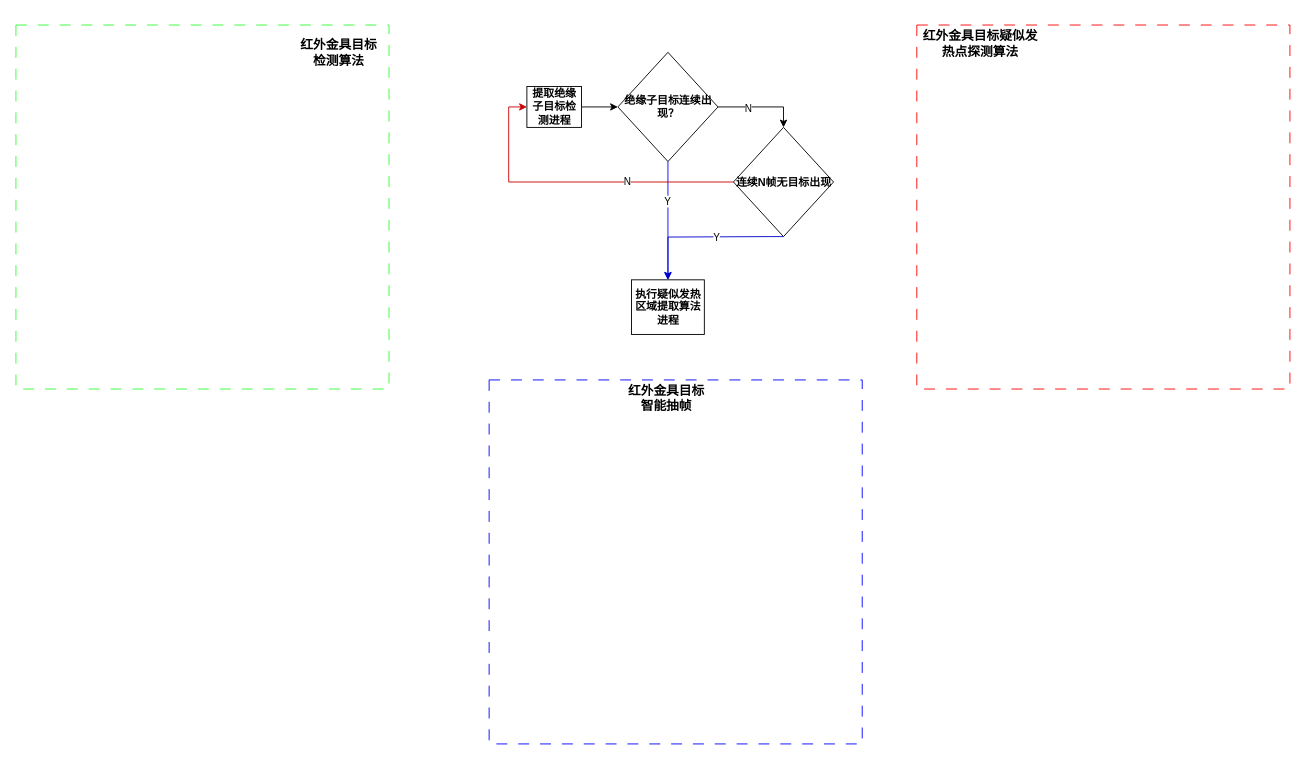
The draw.io diagram page "红外项目算法全流程图" (1 of 3) of 红外发热点提取算法流程图.drawio in paleblackless/diagrams, before the edit. Source tidied: cells renumbered, new cells numbered last; positions are measured from the earlier drawing's top-left corner, leaving out a move shared by most shapes. Both pictures are drawn from the tidied source at 91%, with x=0, y=0 at pixel (15, 15).
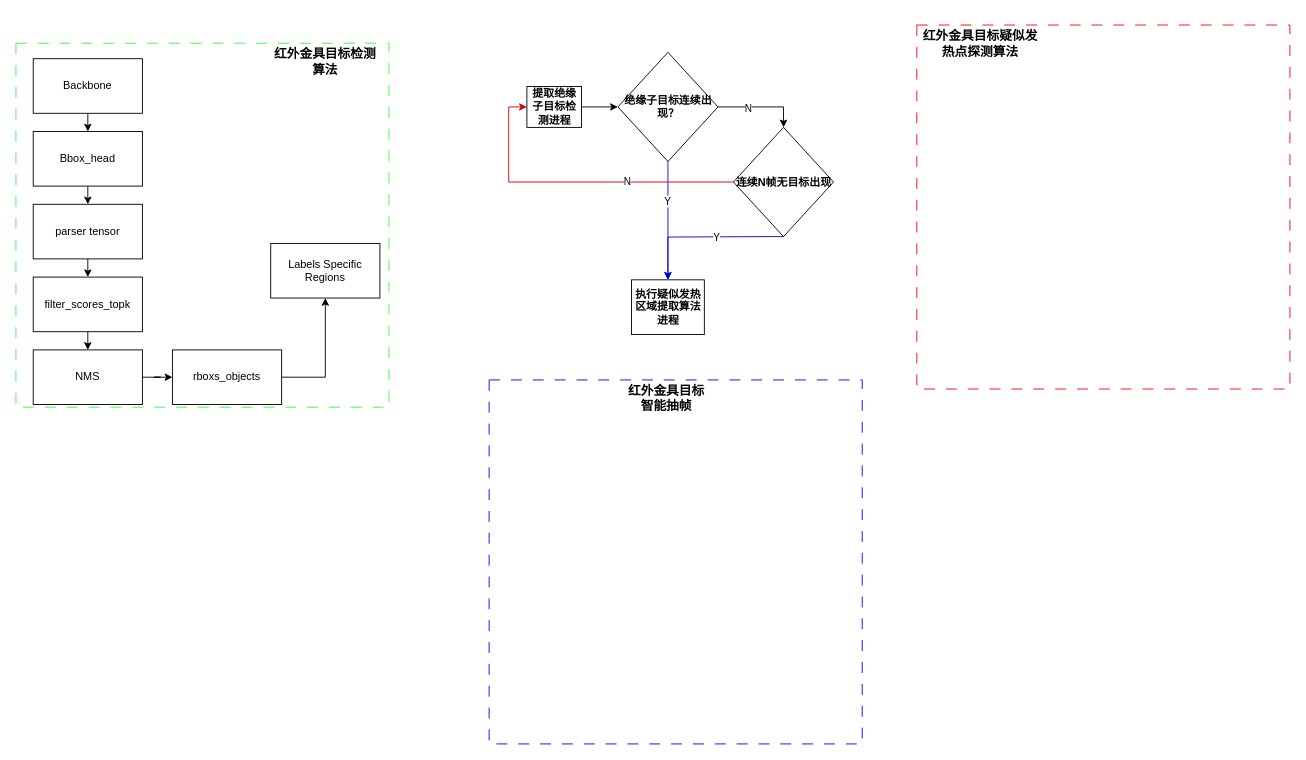
Above is the later version.

Commit message:
Update 红外发热点提取算法流程图.drawio

The change refers to these unchanged cells:
```xml
<mxCell id="17" style="group;" parent="1" vertex="1">
  <mxGeometry y="10" width="410" height="400" as="geometry" />
</mxCell>
```

The edit, as a diff of the source:
```diff
@@
     <mxCell id="18" style="rounded=0;whiteSpace=wrap;html=1;fillColor=none;dashed=1;strokeColor=#33FF33;dashPattern=12 12;" parent="17" vertex="1">
-      <mxGeometry width="410" height="400" as="geometry" />
+      <mxGeometry y="20" width="410" height="400" as="geometry" />
     </mxCell>
     <mxCell id="19" value="&lt;b&gt;&lt;font style=&quot;font-size: 14px;&quot;&gt;红外金具目标检测算法&lt;/font&gt;&lt;/b&gt;" style="text;html=1;strokeColor=none;fillColor=none;align=center;verticalAlign=middle;whiteSpace=wrap;rounded=0;dashed=1;dashPattern=12 12;" parent="17" vertex="1">
-      <mxGeometry x="310" width="90" height="60" as="geometry" />
+      <mxGeometry x="280" y="20" width="120" height="40" as="geometry" />
     </mxCell>
+    <mxCell id="26" style="edgeStyle=orthogonalEdgeStyle;rounded=0;jettySize=auto;html=1;exitX=0.5;exitY=1;exitDx=0;exitDy=0;entryX=0.5;entryY=0;entryDx=0;entryDy=0;" parent="17" edge="1" source="27" target="33">
+      <mxGeometry relative="1" as="geometry" />
+    </mxCell>
+    <mxCell id="27" value="Backbone" style="rounded=0;whiteSpace=wrap;html=1;" parent="17" vertex="1">
+      <mxGeometry x="19" y="37" width="120" height="60" as="geometry" />
+    </mxCell>
+    <mxCell id="28" style="edgeStyle=orthogonalEdgeStyle;rounded=0;jettySize=auto;html=1;exitX=0.5;exitY=1;exitDx=0;exitDy=0;entryX=0.5;entryY=0;entryDx=0;entryDy=0;" parent="17" edge="1" source="29" target="31">
+      <mxGeometry relative="1" as="geometry" />
+    </mxCell>
+    <mxCell id="29" value="filter_scores_topk" style="rounded=0;whiteSpace=wrap;html=1;" parent="17" vertex="1">
+      <mxGeometry x="19" y="277" width="120" height="60" as="geometry" />
+    </mxCell>
+    <mxCell id="30" style="edgeStyle=orthogonalEdgeStyle;rounded=0;jettySize=auto;html=1;exitX=1;exitY=0.5;exitDx=0;exitDy=0;" parent="17" edge="1" source="31" target="37">
+      <mxGeometry relative="1" as="geometry" />
+    </mxCell>
+    <mxCell id="31" value="NMS" style="rounded=0;whiteSpace=wrap;html=1;" parent="17" vertex="1">
+      <mxGeometry x="19" y="357" width="120" height="60" as="geometry" />
+    </mxCell>
+    <mxCell id="32" style="edgeStyle=orthogonalEdgeStyle;rounded=0;jettySize=auto;html=1;exitX=0.5;exitY=1;exitDx=0;exitDy=0;entryX=0.5;entryY=0;entryDx=0;entryDy=0;" parent="17" edge="1" source="33" target="35">
+      <mxGeometry relative="1" as="geometry" />
+    </mxCell>
+    <mxCell id="33" value="Bbox_head" style="rounded=0;whiteSpace=wrap;html=1;" parent="17" vertex="1">
+      <mxGeometry x="19" y="117" width="120" height="60" as="geometry" />
+    </mxCell>
+    <mxCell id="34" style="edgeStyle=orthogonalEdgeStyle;rounded=0;jettySize=auto;html=1;exitX=0.5;exitY=1;exitDx=0;exitDy=0;entryX=0.5;entryY=0;entryDx=0;entryDy=0;" parent="17" edge="1" source="35" target="29">
+      <mxGeometry relative="1" as="geometry" />
+    </mxCell>
+    <mxCell id="35" value="parser tensor" style="rounded=0;whiteSpace=wrap;html=1;" parent="17" vertex="1">
+      <mxGeometry x="19" y="197" width="120" height="60" as="geometry" />
+    </mxCell>
+    <mxCell id="36" style="edgeStyle=orthogonalEdgeStyle;rounded=0;jettySize=auto;html=1;exitX=1;exitY=0.5;exitDx=0;exitDy=0;entryX=0.5;entryY=1;entryDx=0;entryDy=0;" parent="17" edge="1" source="37" target="38">
+      <mxGeometry relative="1" as="geometry" />
+    </mxCell>
+    <mxCell id="37" value="rboxs_objects" style="rounded=0;whiteSpace=wrap;html=1;" parent="17" vertex="1">
+      <mxGeometry x="172" y="357" width="120" height="60" as="geometry" />
+    </mxCell>
+    <mxCell id="38" value="Labels Specific Regions" style="rounded=0;whiteSpace=wrap;html=1;" parent="17" vertex="1">
+      <mxGeometry x="280" y="240" width="120" height="60" as="geometry" />
+    </mxCell>
```
